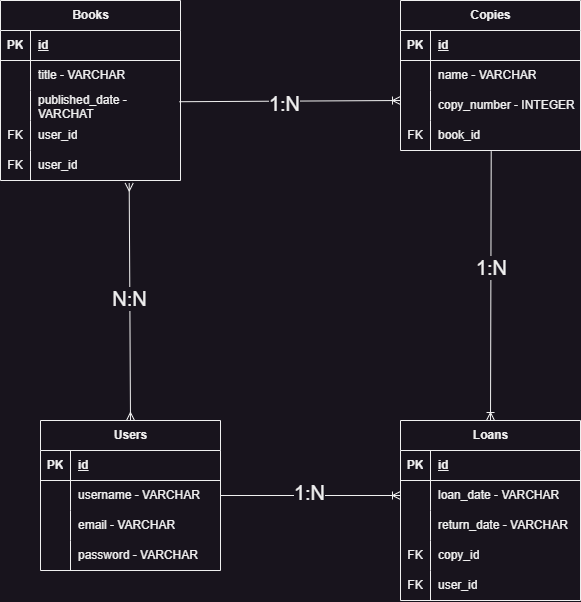
projeto-final-biblioteka-T15/Biblioteka keeps this draw.io diagram as DER.png. Above is the earlier version. Source tidied: cells renumbered, new cells last; positions are measured from the earlier drawing's top-left corner, leaving out a move shared by most shapes.
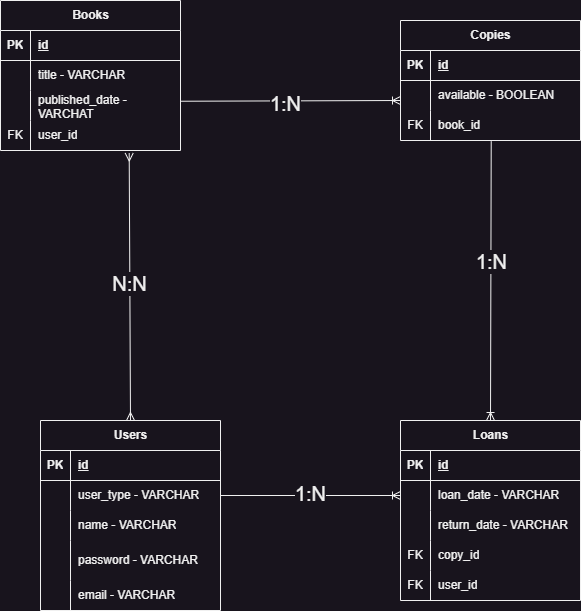
The same file after the commit.

Commit message:
fix: arquivo DER.png atualizado

Diff of the diagram source:
```diff
@@ -3,7 +3,7 @@
     <mxCell id="0" />
     <mxCell id="1" parent="0" />
     <mxCell id="2" value="Books" style="shape=table;startSize=30;rowLines=0;fontStyle=1;align=center;html=1;" parent="1" vertex="1">
-      <mxGeometry width="180" height="180" as="geometry" />
+      <mxGeometry width="180" height="150" as="geometry" />
     </mxCell>
     <mxCell id="3" style="shape=tableRow;horizontal=0;startSize=0;swimlaneHead=0;swimlaneBody=0;fillColor=none;top=0;left=0;right=0;bottom=1;" parent="2" vertex="1">
       <mxGeometry y="30" width="180" height="30" as="geometry" />
@@ -32,17 +32,8 @@
     <mxCell id="11" value="published_date - VARCHAT" style="shape=partialRectangle;fillColor=none;top=0;left=0;bottom=0;right=0;align=left;spacingLeft=6;overflow=hidden;whiteSpace=wrap;html=1;" parent="9" vertex="1">
       <mxGeometry x="30" width="150" height="30" as="geometry" />
     </mxCell>
-    <mxCell id="12" style="shape=tableRow;horizontal=0;startSize=0;swimlaneHead=0;swimlaneBody=0;fillColor=none;top=0;left=0;right=0;bottom=0;" parent="2" vertex="1">
-      <mxGeometry y="120" width="180" height="30" as="geometry" />
-    </mxCell>
-    <mxCell id="13" value="FK" style="shape=partialRectangle;fillColor=none;top=0;left=0;bottom=0;right=0;overflow=hidden;whiteSpace=wrap;html=1;" parent="12" vertex="1">
-      <mxGeometry width="30" height="30" as="geometry" />
-    </mxCell>
-    <mxCell id="14" value="user_id" style="shape=partialRectangle;fillColor=none;top=0;left=0;bottom=0;right=0;align=left;spacingLeft=6;overflow=hidden;whiteSpace=wrap;html=1;" parent="12" vertex="1">
-      <mxGeometry x="30" width="150" height="30" as="geometry" />
-    </mxCell>
     <mxCell id="15" style="shape=tableRow;horizontal=0;startSize=0;swimlaneHead=0;swimlaneBody=0;fillColor=none;points=[[0,0.5],[1,0.5]];portConstraint=eastwest;top=0;left=0;right=0;bottom=0;" parent="2" vertex="1">
-      <mxGeometry y="150" width="180" height="30" as="geometry" />
+      <mxGeometry y="120" width="180" height="30" as="geometry" />
     </mxCell>
     <mxCell id="16" value="FK" style="shape=partialRectangle;fillColor=none;top=0;left=0;bottom=0;right=0;overflow=hidden;whiteSpace=wrap;html=1;" parent="15" vertex="1">
       <mxGeometry width="30" height="30" as="geometry" />
@@ -51,7 +42,7 @@
       <mxGeometry x="30" width="150" height="30" as="geometry" />
     </mxCell>
     <mxCell id="18" value="Copies" style="shape=table;startSize=30;rowLines=0;fontStyle=1;align=center;html=1;" parent="1" vertex="1">
-      <mxGeometry x="400" width="180" height="150" as="geometry" />
+      <mxGeometry x="400" y="20" width="180" height="120" as="geometry" />
     </mxCell>
     <mxCell id="19" style="shape=tableRow;horizontal=0;startSize=0;swimlaneHead=0;swimlaneBody=0;fillColor=none;top=0;left=0;right=0;bottom=1;" parent="18" vertex="1">
       <mxGeometry y="30" width="180" height="30" as="geometry" />
@@ -62,26 +53,17 @@
     <mxCell id="21" value="id" style="shape=partialRectangle;fillColor=none;top=0;left=0;bottom=0;right=0;align=left;spacingLeft=6;fontStyle=5;overflow=hidden;whiteSpace=wrap;html=1;" parent="19" vertex="1">
       <mxGeometry x="30" width="150" height="30" as="geometry" />
     </mxCell>
-    <mxCell id="22" style="shape=tableRow;horizontal=0;startSize=0;swimlaneHead=0;swimlaneBody=0;fillColor=none;top=0;left=0;right=0;bottom=0;" parent="18" vertex="1">
-      <mxGeometry y="60" width="180" height="30" as="geometry" />
-    </mxCell>
-    <mxCell id="23" style="shape=partialRectangle;fillColor=none;top=0;left=0;bottom=0;right=0;overflow=hidden;whiteSpace=wrap;html=1;" parent="22" vertex="1">
-      <mxGeometry width="30" height="30" as="geometry" />
-    </mxCell>
-    <mxCell id="24" value="name - VARCHAR" style="shape=partialRectangle;fillColor=none;top=0;left=0;bottom=0;right=0;align=left;spacingLeft=6;overflow=hidden;whiteSpace=wrap;html=1;" parent="22" vertex="1">
-      <mxGeometry x="30" width="150" height="30" as="geometry" />
-    </mxCell>
     <mxCell id="25" style="shape=tableRow;horizontal=0;startSize=0;swimlaneHead=0;swimlaneBody=0;fillColor=none;top=0;left=0;right=0;bottom=0;" parent="18" vertex="1">
-      <mxGeometry y="90" width="180" height="30" as="geometry" />
+      <mxGeometry y="60" width="180" height="30" as="geometry" />
     </mxCell>
     <mxCell id="26" style="shape=partialRectangle;fillColor=none;top=0;left=0;bottom=0;right=0;overflow=hidden;whiteSpace=wrap;html=1;" parent="25" vertex="1">
       <mxGeometry width="30" height="30" as="geometry" />
     </mxCell>
-    <mxCell id="27" value="copy_number - INTEGER" style="shape=partialRectangle;fillColor=none;top=0;left=0;bottom=0;right=0;align=left;spacingLeft=6;overflow=hidden;whiteSpace=wrap;html=1;" parent="25" vertex="1">
+    <mxCell id="27" value="available - BOOLEAN" style="shape=partialRectangle;fillColor=none;top=0;left=0;bottom=0;right=0;align=left;spacingLeft=6;overflow=hidden;whiteSpace=wrap;html=1;" parent="25" vertex="1">
       <mxGeometry x="30" width="150" height="30" as="geometry" />
     </mxCell>
     <mxCell id="28" style="shape=tableRow;horizontal=0;startSize=0;swimlaneHead=0;swimlaneBody=0;fillColor=none;points=[[0,0.5],[1,0.5]];portConstraint=eastwest;top=0;left=0;right=0;bottom=0;" parent="18" vertex="1">
-      <mxGeometry y="120" width="180" height="30" as="geometry" />
+      <mxGeometry y="90" width="180" height="30" as="geometry" />
     </mxCell>
     <mxCell id="29" value="FK" style="shape=partialRectangle;fillColor=none;top=0;left=0;bottom=0;right=0;overflow=hidden;whiteSpace=wrap;html=1;" parent="28" vertex="1">
       <mxGeometry width="30" height="30" as="geometry" />
@@ -138,7 +120,7 @@
       <mxGeometry x="30" width="150" height="30" as="geometry" />
     </mxCell>
     <mxCell id="47" value="Users" style="shape=table;startSize=30;rowLines=0;fontStyle=1;align=center;html=1;" parent="1" vertex="1">
-      <mxGeometry x="40" y="420" width="180" height="150" as="geometry" />
+      <mxGeometry x="40" y="420" width="180" height="190" as="geometry" />
     </mxCell>
     <mxCell id="48" style="shape=tableRow;horizontal=0;startSize=0;swimlaneHead=0;swimlaneBody=0;fillColor=none;top=0;left=0;right=0;bottom=1;" parent="47" vertex="1">
       <mxGeometry y="30" width="180" height="30" as="geometry" />
@@ -155,7 +137,7 @@
     <mxCell id="52" style="shape=partialRectangle;fillColor=none;top=0;left=0;bottom=0;right=0;overflow=hidden;whiteSpace=wrap;html=1;" parent="51" vertex="1">
       <mxGeometry width="30" height="30" as="geometry" />
     </mxCell>
-    <mxCell id="53" value="username - VARCHAR" style="shape=partialRectangle;fillColor=none;top=0;left=0;bottom=0;right=0;align=left;spacingLeft=6;overflow=hidden;whiteSpace=wrap;html=1;" parent="51" vertex="1">
+    <mxCell id="53" value="user_type - VARCHAR" style="shape=partialRectangle;fillColor=none;top=0;left=0;bottom=0;right=0;align=left;spacingLeft=6;overflow=hidden;whiteSpace=wrap;html=1;" parent="51" vertex="1">
       <mxGeometry x="30" width="150" height="30" as="geometry" />
     </mxCell>
     <mxCell id="54" style="shape=tableRow;horizontal=0;startSize=0;swimlaneHead=0;swimlaneBody=0;fillColor=none;top=0;left=0;right=0;bottom=0;" parent="47" vertex="1">
@@ -164,25 +146,34 @@
     <mxCell id="55" style="shape=partialRectangle;fillColor=none;top=0;left=0;bottom=0;right=0;overflow=hidden;whiteSpace=wrap;html=1;" parent="54" vertex="1">
       <mxGeometry width="30" height="30" as="geometry" />
     </mxCell>
-    <mxCell id="56" value="email - VARCHAR" style="shape=partialRectangle;fillColor=none;top=0;left=0;bottom=0;right=0;align=left;spacingLeft=6;overflow=hidden;whiteSpace=wrap;html=1;" parent="54" vertex="1">
+    <mxCell id="56" value="name - VARCHAR" style="shape=partialRectangle;fillColor=none;top=0;left=0;bottom=0;right=0;align=left;spacingLeft=6;overflow=hidden;whiteSpace=wrap;html=1;" parent="54" vertex="1">
       <mxGeometry x="30" width="150" height="30" as="geometry" />
     </mxCell>
     <mxCell id="57" style="shape=tableRow;horizontal=0;startSize=0;swimlaneHead=0;swimlaneBody=0;fillColor=none;top=0;left=0;right=0;bottom=0;" parent="47" vertex="1">
-      <mxGeometry y="120" width="180" height="30" as="geometry" />
+      <mxGeometry y="120" width="180" height="40" as="geometry" />
     </mxCell>
     <mxCell id="58" style="shape=partialRectangle;fillColor=none;top=0;left=0;bottom=0;right=0;overflow=hidden;whiteSpace=wrap;html=1;" parent="57" vertex="1">
-      <mxGeometry width="30" height="30" as="geometry" />
+      <mxGeometry width="30" height="40" as="geometry" />
     </mxCell>
     <mxCell id="59" value="password - VARCHAR" style="shape=partialRectangle;fillColor=none;top=0;left=0;bottom=0;right=0;align=left;spacingLeft=6;overflow=hidden;whiteSpace=wrap;html=1;" parent="57" vertex="1">
-      <mxGeometry x="30" width="150" height="30" as="geometry" />
+      <mxGeometry x="30" width="150" height="40" as="geometry" />
     </mxCell>
+    <mxCell id="69" style="shape=tableRow;horizontal=0;startSize=0;swimlaneHead=0;swimlaneBody=0;fillColor=none;top=0;left=0;right=0;bottom=0;" parent="47" vertex="1">
+      <mxGeometry y="160" width="180" height="30" as="geometry" />
+    </mxCell>
+    <mxCell id="23" style="shape=partialRectangle;fillColor=none;top=0;left=0;bottom=0;right=0;overflow=hidden;whiteSpace=wrap;html=1;" parent="69" vertex="1">
+      <mxGeometry width="30" height="30" as="geometry" />
+    </mxCell>
+    <mxCell id="70" style="shape=partialRectangle;fillColor=none;top=0;left=0;bottom=0;right=0;align=left;spacingLeft=6;overflow=hidden;whiteSpace=wrap;html=1;" parent="69" vertex="1">
+      <mxGeometry x="30" width="150" height="30" as="geometry" />
+    </mxCell>
     <mxCell id="60" style="fontSize=12;html=1;endArrow=ERmany;startArrow=ERmany;rounded=0;entryX=0.715;entryY=1.086;entryDx=0;entryDy=0;entryPerimeter=0;exitX=0.5;exitY=0;exitDx=0;exitDy=0;" parent="1" edge="1" source="47" target="15">
       <mxGeometry relative="1" as="geometry" />
     </mxCell>
     <mxCell id="61" value="&lt;font style=&quot;font-size: 20px;&quot;&gt;N:N&lt;/font&gt;" style="edgeLabel;html=1;align=center;verticalAlign=middle;" parent="60" vertex="1">
       <mxGeometry x="0.03" y="1" relative="1" as="geometry" />
     </mxCell>
-    <mxCell id="62" style="fontSize=12;html=1;endArrow=ERoneToMany;rounded=0;exitX=0.994;exitY=0.374;exitDx=0;exitDy=0;exitPerimeter=0;" parent="1" edge="1" source="9">
+    <mxCell id="62" style="fontSize=12;html=1;endArrow=ERoneToMany;rounded=0;exitX=0.998;exitY=0.358;exitDx=0;exitDy=0;exitPerimeter=0;" parent="1" edge="1" source="9">
       <mxGeometry relative="1" as="geometry">
         <mxPoint x="400" y="100" as="targetPoint" />
       </mxGeometry>
@@ -205,5 +196,8 @@
     <mxCell id="68" value="&lt;font style=&quot;font-size: 20px;&quot;&gt;1:N&lt;/font&gt;" style="edgeLabel;html=1;align=center;verticalAlign=middle;" parent="66" vertex="1">
       <mxGeometry x="-0.01" y="3" relative="1" as="geometry" />
     </mxCell>
+    <mxCell id="71" value="email - VARCHAR" style="shape=partialRectangle;fillColor=none;top=0;left=0;bottom=0;right=0;align=left;spacingLeft=6;overflow=hidden;whiteSpace=wrap;html=1;" parent="1" vertex="1">
+      <mxGeometry x="70" y="580" width="150" height="30" as="geometry" />
+    </mxCell>
   </root>
 </mxGraphModel>
```
